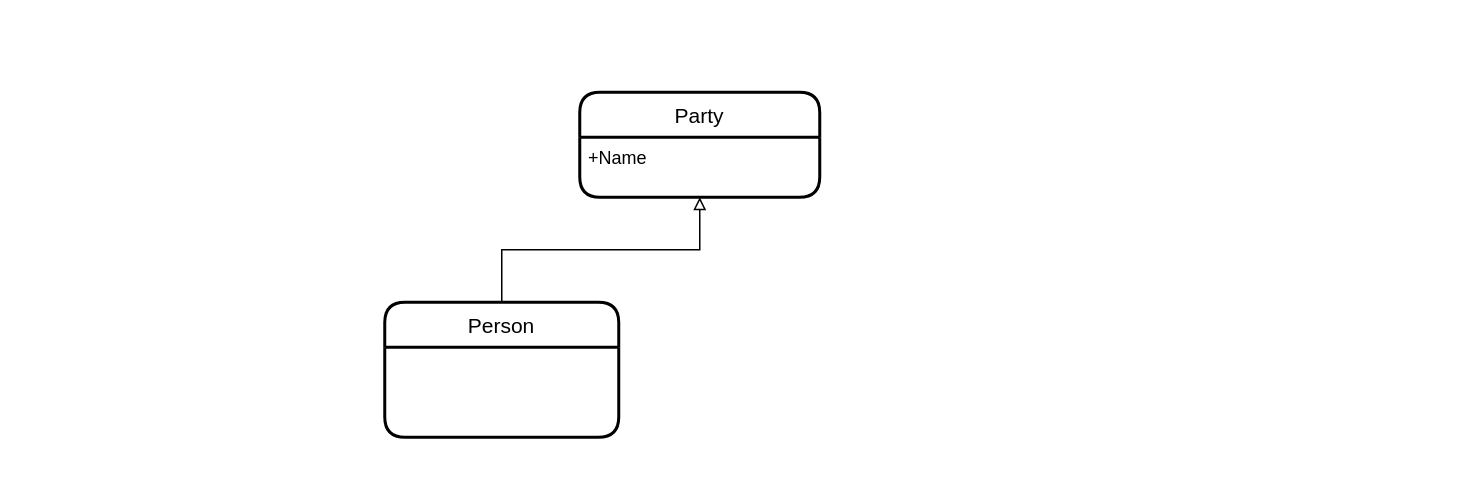
Before: DragonQuest.drawio in chavp/data-modeling, a draw.io diagram. Source tidied: cells renumbered, new cells numbered last; positions are measured from the earlier drawing's top-left corner, leaving out a move shared by most shapes. Both pictures are drawn from the tidied source at 150%, with x=0, y=0 at pixel (384, 92).
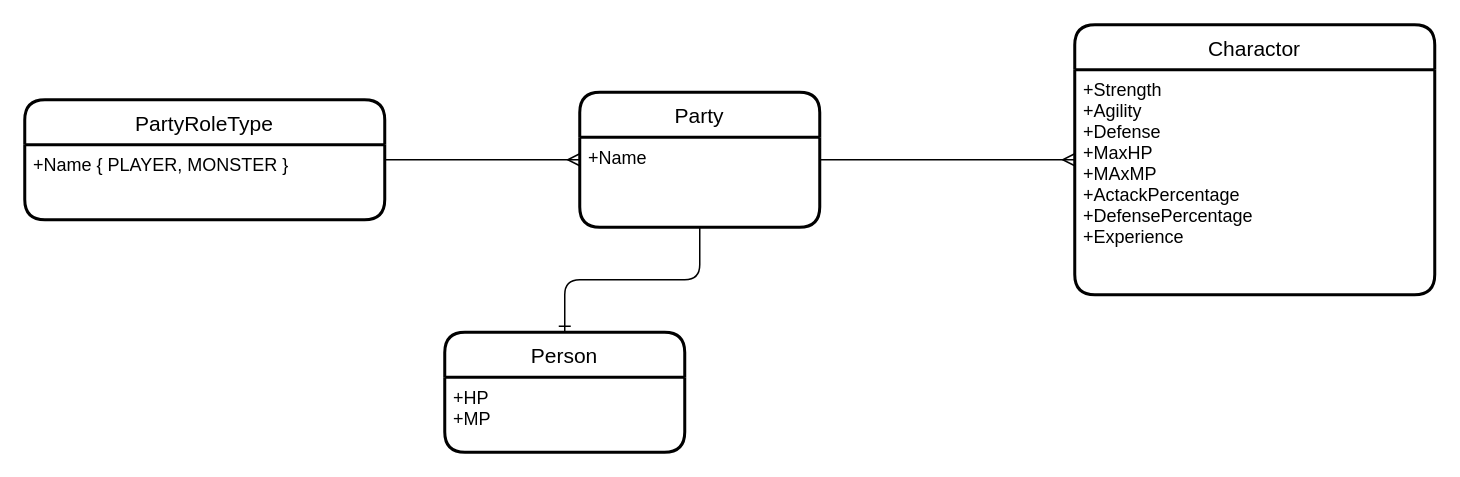
Above is the later version.

Change to the diagram source:
```diff
@@
 <mxGraphModel>
   <root>
     <mxCell id="0" />
     <mxCell id="1" parent="0" />
     <mxCell id="2" value="Party" style="swimlane;horizontal=1;startSize=30;rounded=1;fontSize=14;fontStyle=0;strokeWidth=2;shadow=0;dashed=0;align=center;" parent="1" vertex="1">
-      <mxGeometry x="130" width="160" height="70" as="geometry" />
+      <mxGeometry x="130" width="160" height="90" as="geometry" />
     </mxCell>
-    <mxCell id="3" value="+Name" style="align=left;strokeColor=none;fillColor=none;spacingLeft=4;fontSize=12;verticalAlign=top;" parent="2" vertex="1">
-      <mxGeometry y="30" width="160" height="40" as="geometry" />
+    <mxCell id="3" value="+Name&#10;&#10;" style="align=left;strokeColor=none;fillColor=none;spacingLeft=4;fontSize=12;verticalAlign=top;" parent="2" vertex="1">
+      <mxGeometry y="30" width="160" height="60" as="geometry" />
     </mxCell>
-    <mxCell id="4" style="edgeStyle=orthogonalEdgeStyle;rounded=0;jettySize=auto;html=1;endArrow=block;endFill=0;" parent="1" edge="1" source="5" target="3">
-      <mxGeometry relative="1" as="geometry" />
-    </mxCell>
+    <mxCell id="6" style="edgeStyle=orthogonalEdgeStyle;rounded=1;jettySize=auto;html=1;endArrow=none;endFill=0;startArrow=ERmany;startFill=0;" parent="1" edge="1" source="2" target="7">
+      <mxGeometry relative="1" as="geometry" />
+    </mxCell>
+    <mxCell id="7" value="PartyRoleType" style="swimlane;horizontal=1;startSize=30;rounded=1;fontSize=14;fontStyle=0;strokeWidth=2;shadow=0;dashed=0;align=center;" parent="1" vertex="1">
+      <mxGeometry x="-240" y="5" width="240" height="80" as="geometry" />
+    </mxCell>
+    <mxCell id="8" value="+Name { PLAYER, MONSTER } " style="align=left;strokeColor=none;fillColor=none;spacingLeft=4;fontSize=12;verticalAlign=top;" parent="7" vertex="1">
+      <mxGeometry y="30" width="240" height="50" as="geometry" />
+    </mxCell>
     <mxCell id="5" value="Person" style="swimlane;horizontal=1;startSize=30;rounded=1;fontSize=14;fontStyle=0;strokeWidth=2;shadow=0;dashed=0;align=center;" parent="1" vertex="1">
-      <mxGeometry y="140" width="156" height="90" as="geometry" />
+      <mxGeometry x="40" y="160" width="160" height="80" as="geometry" />
     </mxCell>
+    <mxCell id="9" value="+HP&#10;+MP" style="align=left;strokeColor=none;fillColor=none;spacingLeft=4;fontSize=12;verticalAlign=top;" parent="5" vertex="1">
+      <mxGeometry y="30" width="160" height="50" as="geometry" />
+    </mxCell>
+    <mxCell id="10" style="edgeStyle=orthogonalEdgeStyle;fontSize=12;html=1;endArrow=ERone;endFill=1;" parent="1" edge="1" source="2" target="5">
+      <mxGeometry relative="1" as="geometry" />
+    </mxCell>
+    <mxCell id="11" style="edgeStyle=orthogonalEdgeStyle;rounded=1;jettySize=auto;html=1;endArrow=none;endFill=0;startArrow=ERmany;startFill=0;" parent="1" edge="1" source="12" target="2">
+      <mxGeometry relative="1" as="geometry" />
+    </mxCell>
+    <mxCell id="12" value="Charactor" style="swimlane;horizontal=1;startSize=30;rounded=1;fontSize=14;fontStyle=0;strokeWidth=2;shadow=0;dashed=0;align=center;" parent="1" vertex="1">
+      <mxGeometry x="460" y="-45" width="240" height="180" as="geometry" />
+    </mxCell>
+    <mxCell id="13" value="+Strength&#10;+Agility&#10;+Defense&#10;+MaxHP&#10;+MAxMP&#10;+ActackPercentage&#10;+DefensePercentage&#10;+Experience&#10;" style="align=left;strokeColor=none;fillColor=none;spacingLeft=4;fontSize=12;verticalAlign=top;" parent="12" vertex="1">
+      <mxGeometry y="30" width="240" height="150" as="geometry" />
+    </mxCell>
   </root>
 </mxGraphModel>
```
